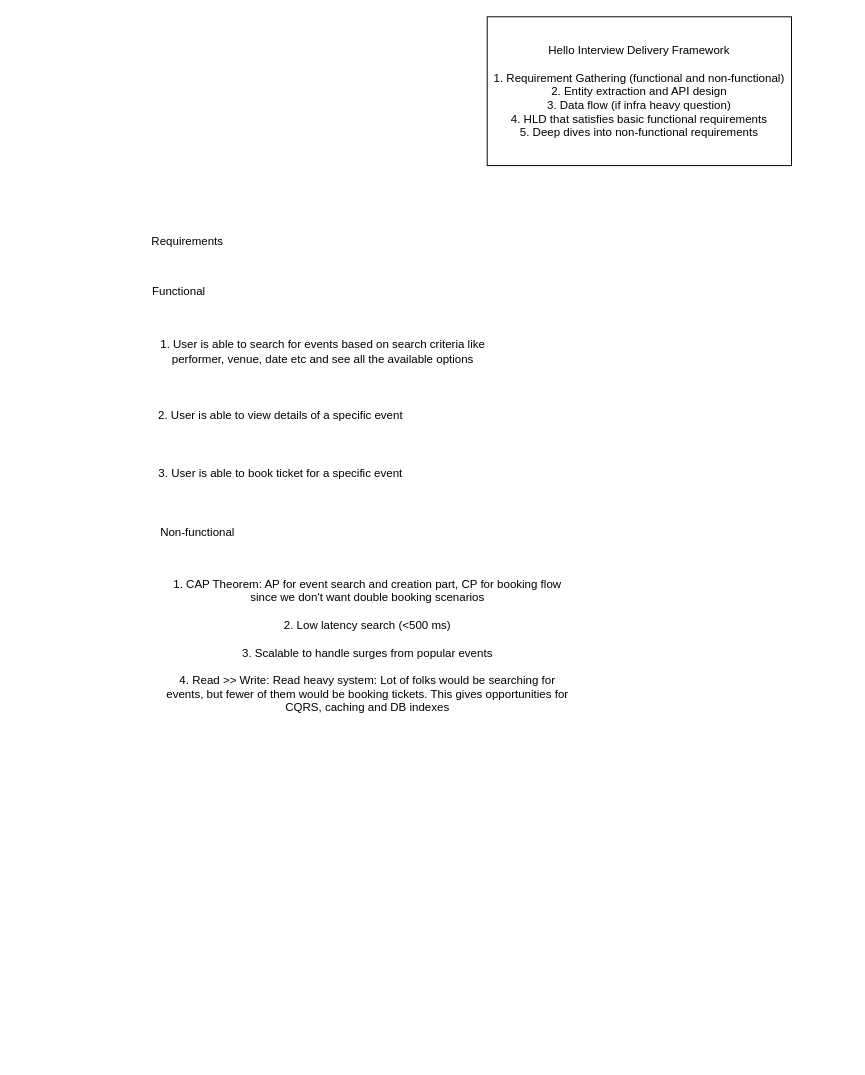
girikgarg8/Hello-Interview-HLD-Whiteboard-Practice keeps this draw.io diagram as Ticketmaster.drawio. Above is the earlier version. Source tidied: cells renumbered, new cells numbered last; positions are measured from the earlier drawing's top-left corner, leaving out a move shared by most shapes. Both pictures are drawn from the tidied source at 96%, with x=0, y=0 at pixel (108, 16).
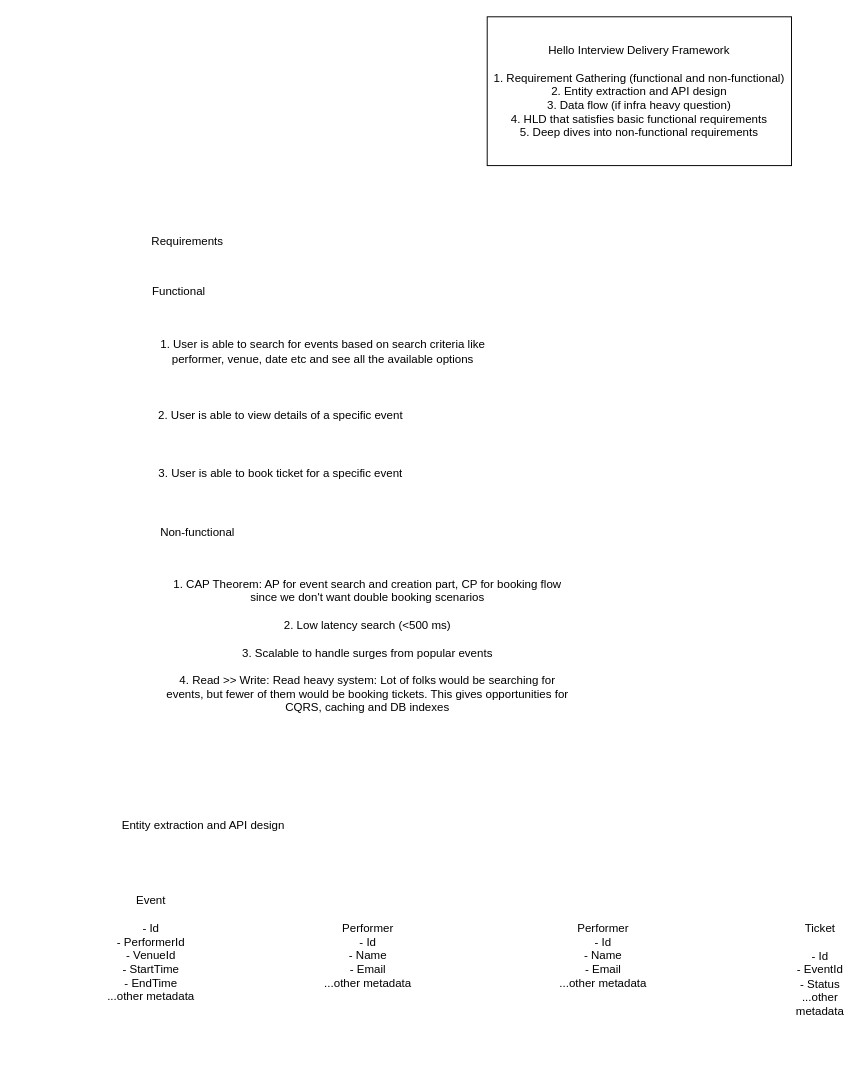
The same diagram, later.

The edit, as a diff of the source:
```diff
@@
 <mxGraphModel>
   <root>
     <mxCell id="0" />
     <mxCell id="1" parent="0" />
     <mxCell id="2" value="Hello Interview Delivery Framework&lt;div&gt;&lt;br&gt;&lt;/div&gt;&lt;div&gt;1. Requirement Gathering (functional and non-functional)&lt;/div&gt;&lt;div&gt;2. Entity extraction and API design&lt;/div&gt;&lt;div&gt;3. Data flow (if infra heavy question)&lt;/div&gt;&lt;div&gt;4. HLD that satisfies basic functional requirements&lt;/div&gt;&lt;div&gt;5. Deep dives into non-functional requirements&lt;/div&gt;" style="rounded=0;whiteSpace=wrap;html=1;" parent="1" vertex="1">
       <mxGeometry x="395" width="317" height="155" as="geometry" />
     </mxCell>
     <mxCell id="3" value="Requirements" style="text;html=1;whiteSpace=wrap;strokeColor=none;fillColor=none;align=center;verticalAlign=middle;rounded=0;" parent="1" vertex="1">
       <mxGeometry x="53" y="219" width="60" height="30" as="geometry" />
     </mxCell>
     <mxCell id="4" value="Functional" style="text;html=1;whiteSpace=wrap;strokeColor=none;fillColor=none;align=center;verticalAlign=middle;rounded=0;" parent="1" vertex="1">
       <mxGeometry x="44" y="271" width="60" height="30" as="geometry" />
     </mxCell>
     <mxCell id="5" value="1. User is able to search for events based on search criteria like performer, venue, date etc and see all the available options" style="text;html=1;whiteSpace=wrap;strokeColor=none;fillColor=none;align=center;verticalAlign=middle;rounded=0;" parent="1" vertex="1">
       <mxGeometry x="44" y="334" width="360" height="30" as="geometry" />
     </mxCell>
     <mxCell id="6" value="3. User is able to book ticket for a specific event" style="text;html=1;whiteSpace=wrap;strokeColor=none;fillColor=none;align=center;verticalAlign=middle;rounded=0;" parent="1" vertex="1">
       <mxGeometry y="461" width="360" height="30" as="geometry" />
     </mxCell>
     <mxCell id="7" value="2. User is able to view details of a specific event" style="text;html=1;whiteSpace=wrap;strokeColor=none;fillColor=none;align=center;verticalAlign=middle;rounded=0;" parent="1" vertex="1">
       <mxGeometry y="400" width="360" height="30" as="geometry" />
     </mxCell>
     <mxCell id="8" value="Non-functional" style="text;html=1;whiteSpace=wrap;strokeColor=none;fillColor=none;align=center;verticalAlign=middle;rounded=0;" parent="1" vertex="1">
       <mxGeometry x="21" y="522" width="145" height="30" as="geometry" />
     </mxCell>
     <mxCell id="9" value="1. CAP Theorem: AP for event search and creation part, CP for booking flow since we don't want double booking scenarios&lt;div&gt;&lt;br&gt;&lt;/div&gt;&lt;div&gt;2. Low latency search (&amp;lt;500 ms)&lt;/div&gt;&lt;div&gt;&lt;br&gt;&lt;/div&gt;&lt;div&gt;3. Scalable to handle surges from popular events&lt;/div&gt;&lt;div&gt;&lt;br&gt;&lt;/div&gt;&lt;div&gt;4. Read &amp;gt;&amp;gt; Write: Read heavy system: Lot of folks would be searching for events, but fewer of them would be booking tickets. This gives opportunities for CQRS, caching and DB indexes&lt;/div&gt;" style="text;html=1;whiteSpace=wrap;strokeColor=none;fillColor=none;align=center;verticalAlign=middle;rounded=0;" parent="1" vertex="1">
       <mxGeometry x="56" y="577" width="429" height="155" as="geometry" />
     </mxCell>
+    <mxCell id="10" value="Entity extraction and API design" style="text;html=1;whiteSpace=wrap;strokeColor=none;fillColor=none;align=center;verticalAlign=middle;rounded=0;" parent="1" vertex="1">
+      <mxGeometry x="-95" y="828" width="389" height="30" as="geometry" />
+    </mxCell>
+    <mxCell id="11" value="Event&lt;div&gt;&lt;br&gt;&lt;/div&gt;&lt;div&gt;- Id&lt;/div&gt;&lt;div&gt;- PerformerId&lt;/div&gt;&lt;div&gt;- VenueId&lt;/div&gt;&lt;div&gt;- StartTime&lt;/div&gt;&lt;div&gt;- EndTime&lt;/div&gt;&lt;div&gt;...other metadata&lt;/div&gt;&lt;div&gt;&lt;br&gt;&lt;/div&gt;" style="text;html=1;whiteSpace=wrap;strokeColor=none;fillColor=none;align=center;verticalAlign=middle;rounded=0;" parent="1" vertex="1">
+      <mxGeometry x="-4" y="910" width="97.5" height="136" as="geometry" />
+    </mxCell>
+    <mxCell id="12" value="&lt;div&gt;Performer&lt;/div&gt;&lt;div&gt;- Id&lt;/div&gt;&lt;div&gt;- Name&lt;/div&gt;&lt;div&gt;- Email&lt;/div&gt;&lt;div&gt;...other metadata&lt;/div&gt;" style="text;html=1;whiteSpace=wrap;strokeColor=none;fillColor=none;align=center;verticalAlign=middle;rounded=0;" parent="1" vertex="1">
+      <mxGeometry x="221.8" y="910" width="97.5" height="136" as="geometry" />
+    </mxCell>
+    <mxCell id="13" value="&lt;div&gt;Performer&lt;/div&gt;&lt;div&gt;- Id&lt;/div&gt;&lt;div&gt;- Name&lt;/div&gt;&lt;div&gt;- Email&lt;/div&gt;&lt;div&gt;...other metadata&lt;/div&gt;" style="text;html=1;whiteSpace=wrap;strokeColor=none;fillColor=none;align=center;verticalAlign=middle;rounded=0;" parent="1" vertex="1">
+      <mxGeometry x="467" y="910" width="97.5" height="136" as="geometry" />
+    </mxCell>
+    <mxCell id="14" value="Ticket&lt;div&gt;&lt;br&gt;&lt;/div&gt;&lt;div&gt;- Id&lt;/div&gt;&lt;div&gt;- EventId&lt;/div&gt;&lt;div&gt;- Status&lt;/div&gt;&lt;div&gt;...other metadata&lt;/div&gt;" style="text;html=1;whiteSpace=wrap;strokeColor=none;fillColor=none;align=center;verticalAlign=middle;rounded=0;" parent="1" vertex="1">
+      <mxGeometry x="712" y="900" width="60" height="185" as="geometry" />
+    </mxCell>
   </root>
 </mxGraphModel>
```
